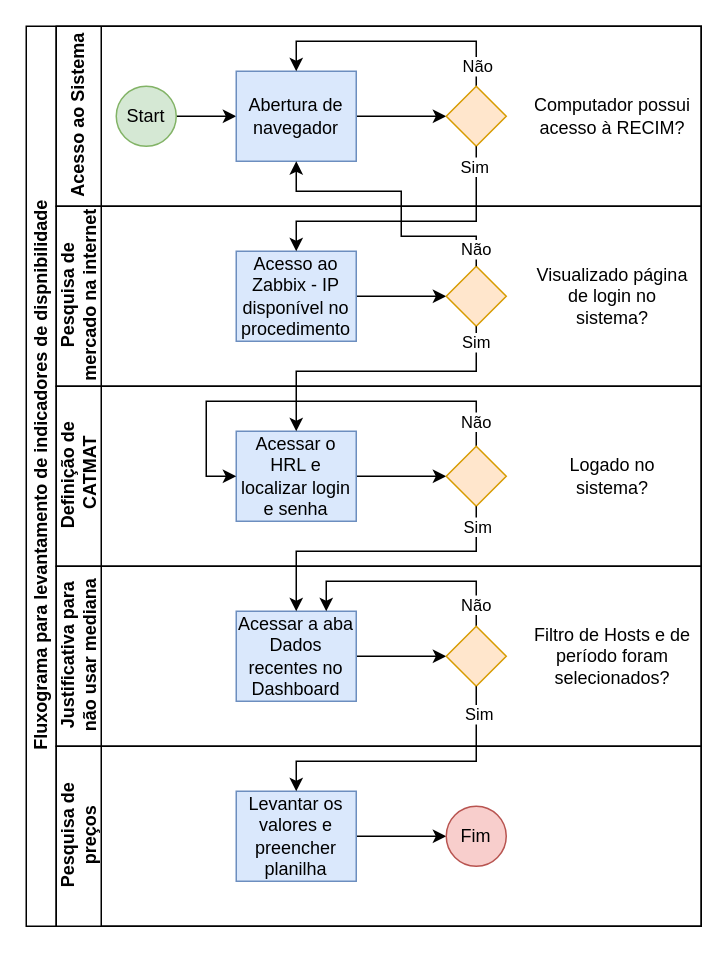
Before: Fluxograma_diagrama_de_disponibilidade.drawio in Joaovictor-gf/draw.io, a draw.io diagram. Source tidied: cells renumbered, new cells numbered last; positions are measured from the earlier drawing's top-left corner, leaving out a move shared by most shapes. Both pictures are drawn from the tidied source at 150%, with x=0, y=0 at pixel (26, 26).
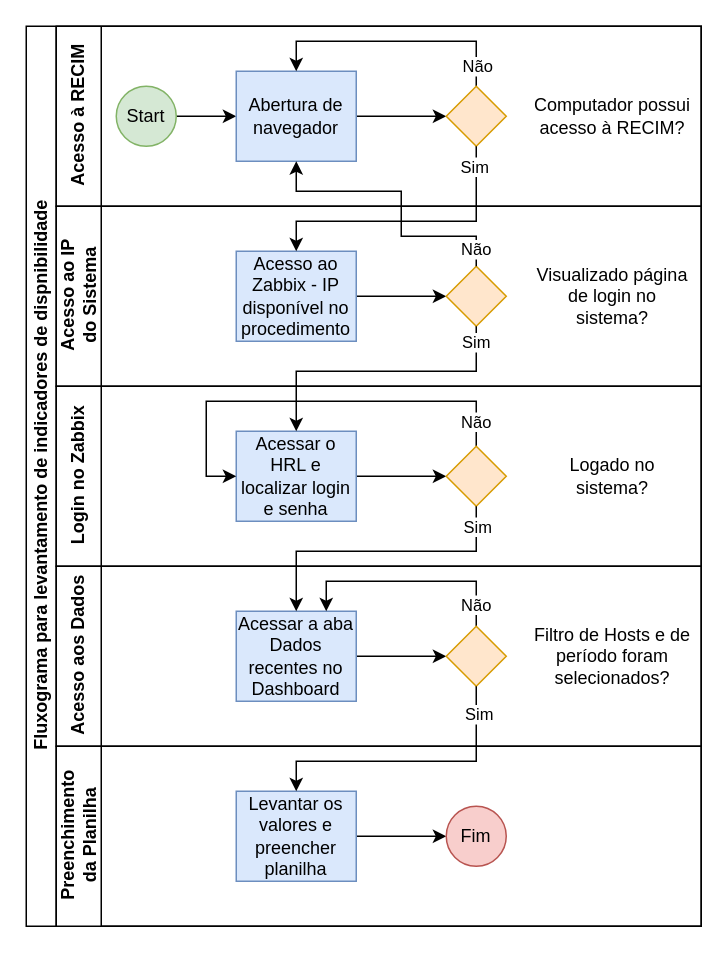
Above is the later version.

Unchanged cells that the change refers to:
```xml
<mxCell id="2" value="Fluxograma para levantamento de indicadores de dispnibilidade" style="swimlane;html=1;horizontal=0;startSize=20;" parent="1" vertex="1">
  <mxGeometry width="450" height="600" as="geometry" />
</mxCell>
```

Diff of the diagram source:
```diff
@@
-    <mxCell id="3" value="&lt;div&gt;Acesso ao Sistema&lt;br&gt;&lt;/div&gt;" style="swimlane;html=1;startSize=30;horizontal=0;" parent="2" vertex="1">
+    <mxCell id="3" value="Acesso à RECIM" style="swimlane;html=1;startSize=30;horizontal=0;" parent="2" vertex="1">
       <mxGeometry x="20" width="430" height="120" as="geometry" />
     </mxCell>
@@
-    <mxCell id="12" value="&lt;div&gt;Pesquisa de&lt;/div&gt;&lt;div&gt;mercado na internet&lt;br&gt;&lt;/div&gt;" style="swimlane;html=1;startSize=30;horizontal=0;" parent="2" vertex="1">
+    <mxCell id="12" value="&lt;div&gt;Acesso ao IP&lt;/div&gt;&lt;div&gt;do Sistema&lt;br&gt;&lt;/div&gt;" style="swimlane;html=1;startSize=30;horizontal=0;" parent="2" vertex="1">
       <mxGeometry x="20" y="120" width="430" height="120" as="geometry" />
     </mxCell>
@@
-    <mxCell id="17" value="&lt;div&gt;Definição de&lt;/div&gt;&lt;div&gt;&amp;nbsp;CATMAT&lt;/div&gt;" style="swimlane;html=1;startSize=30;horizontal=0;" parent="2" vertex="1">
+    <mxCell id="17" value="Login no Zabbix" style="swimlane;html=1;startSize=30;horizontal=0;" parent="2" vertex="1">
       <mxGeometry x="20" y="240" width="430" height="120" as="geometry" />
     </mxCell>
@@
-    <mxCell id="24" value="&lt;div&gt;Justificativa para&lt;/div&gt;não usar mediana" style="swimlane;html=1;startSize=30;horizontal=0;" parent="2" vertex="1">
+    <mxCell id="24" value="Acesso aos Dados" style="swimlane;html=1;startSize=30;horizontal=0;" parent="2" vertex="1">
       <mxGeometry x="20" y="360" width="430" height="120" as="geometry" />
     </mxCell>
@@
-    <mxCell id="31" value="&lt;div&gt;Pesquisa de&lt;/div&gt;&lt;div&gt;preços&lt;br&gt;&lt;/div&gt;" style="swimlane;html=1;startSize=30;horizontal=0;" parent="2" vertex="1">
+    <mxCell id="31" value="&lt;div&gt;Preenchimento&lt;br&gt;&lt;/div&gt;&lt;div&gt;da Planilha&lt;br&gt;&lt;/div&gt;" style="swimlane;html=1;startSize=30;horizontal=0;" parent="2" vertex="1">
       <mxGeometry x="20" y="480" width="430" height="120" as="geometry" />
     </mxCell>
```
